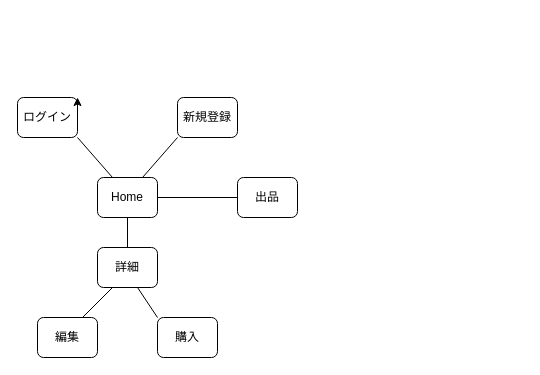
ariyawala/furima-32539 keeps this draw.io diagram as STD.drawio. Above is the earlier version. Source tidied: cells renumbered, new cells numbered last; positions are measured from the earlier drawing's top-left corner, leaving out a move shared by most shapes. Both pictures are drawn from the tidied source at 100%, with x=0, y=0 at pixel (17, 97).
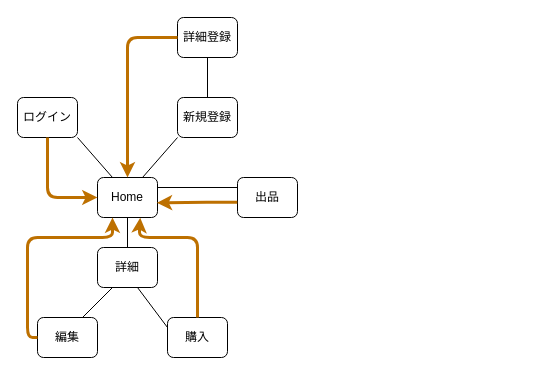
After the change.

Unchanged cells that the change refers to:
```xml
<mxCell id="2" value="Home" style="rounded=1;whiteSpace=wrap;html=1;align=center;" parent="1" vertex="1">
  <mxGeometry x="80" y="80" width="60" height="40" as="geometry" />
</mxCell>
<mxCell id="4" value="編集" style="rounded=1;whiteSpace=wrap;html=1;align=center;" parent="1" vertex="1">
  <mxGeometry x="20" y="220" width="60" height="40" as="geometry" />
</mxCell>
<mxCell id="5" value="出品" style="rounded=1;whiteSpace=wrap;html=1;align=center;" parent="1" vertex="1">
  <mxGeometry x="220" y="80" width="60" height="40" as="geometry" />
</mxCell>
<mxCell id="6" value="ログイン" style="rounded=1;whiteSpace=wrap;html=1;align=center;" parent="1" vertex="1">
  <mxGeometry width="60" height="40" as="geometry" />
</mxCell>
<mxCell id="7" value="新規登録" style="rounded=1;whiteSpace=wrap;html=1;align=center;" parent="1" vertex="1">
  <mxGeometry x="160" width="60" height="40" as="geometry" />
</mxCell>
<mxCell id="8" value="詳細" style="rounded=1;whiteSpace=wrap;html=1;align=center;" parent="1" vertex="1">
  <mxGeometry x="80" y="150" width="60" height="40" as="geometry" />
</mxCell>
```

The edit, as a diff of the source:
```diff
@@
     <mxCell id="9" value="購入" style="rounded=1;whiteSpace=wrap;html=1;align=center;" parent="1" vertex="1">
-      <mxGeometry x="140" y="220" width="60" height="40" as="geometry" />
+      <mxGeometry x="150" y="220" width="60" height="40" as="geometry" />
     </mxCell>
-    <mxCell id="10" style="edgeStyle=orthogonalEdgeStyle;rounded=0;orthogonalLoop=1;jettySize=auto;html=1;exitX=1;exitY=0.5;exitDx=0;exitDy=0;entryX=1;entryY=0;entryDx=0;entryDy=0;" parent="1" edge="1" source="6" target="6">
-      <mxGeometry relative="1" as="geometry" />
-    </mxCell>
@@
-    <mxCell id="13" style="endArrow=none;html=1;entryX=0;entryY=0.5;entryDx=0;entryDy=0;exitX=1;exitY=0.5;exitDx=0;exitDy=0;" parent="1" edge="1" source="2" target="5">
+    <mxCell id="13" style="endArrow=none;html=1;entryX=0;entryY=0.25;entryDx=0;entryDy=0;exitX=1;exitY=0.25;exitDx=0;exitDy=0;" parent="1" edge="1" source="2" target="5">
       <mxGeometry relative="1" as="geometry" />
     </mxCell>
@@
-    <mxCell id="16" style="endArrow=none;html=1;exitX=0.667;exitY=1;exitDx=0;exitDy=0;entryX=0;entryY=0;entryDx=0;entryDy=0;exitPerimeter=0;" parent="1" edge="1" source="8" target="9">
+    <mxCell id="16" style="endArrow=none;html=1;exitX=0.667;exitY=1;exitDx=0;exitDy=0;exitPerimeter=0;entryX=0;entryY=0.25;entryDx=0;entryDy=0;" parent="1" edge="1" source="8" target="9">
       <mxGeometry relative="1" as="geometry" />
     </mxCell>
+    <mxCell id="17" value="詳細登録" style="rounded=1;whiteSpace=wrap;html=1;align=center;" parent="1" vertex="1">
+      <mxGeometry x="160" y="-80" width="60" height="40" as="geometry" />
+    </mxCell>
+    <mxCell id="18" style="endArrow=none;html=1;entryX=0.5;entryY=1;entryDx=0;entryDy=0;exitX=0.5;exitY=0;exitDx=0;exitDy=0;" parent="1" edge="1" source="7" target="17">
+      <mxGeometry relative="1" as="geometry" />
+    </mxCell>
+    <mxCell id="19" style="edgeStyle=segmentEdgeStyle;endArrow=classic;html=1;entryX=0.5;entryY=0;entryDx=0;entryDy=0;exitX=0;exitY=0.5;exitDx=0;exitDy=0;strokeWidth=3;fillColor=#f0a30a;strokeColor=#BD7000;" parent="1" edge="1" source="17" target="2">
+      <mxGeometry relative="1" as="geometry">
+        <Array as="points">
+          <mxPoint x="110" y="-60" />
+        </Array>
+      </mxGeometry>
+    </mxCell>
+    <mxCell id="20" style="edgeStyle=segmentEdgeStyle;endArrow=classic;html=1;entryX=0;entryY=0.5;entryDx=0;entryDy=0;strokeWidth=3;fillColor=#f0a30a;strokeColor=#BD7000;exitX=0.5;exitY=1;exitDx=0;exitDy=0;" parent="1" edge="1" source="6" target="2">
+      <mxGeometry relative="1" as="geometry">
+        <Array as="points">
+          <mxPoint x="30" y="100" />
+        </Array>
+      </mxGeometry>
+    </mxCell>
+    <mxCell id="21" style="edgeStyle=segmentEdgeStyle;endArrow=classic;html=1;entryX=0.25;entryY=1;entryDx=0;entryDy=0;strokeWidth=3;fillColor=#f0a30a;strokeColor=#BD7000;exitX=0;exitY=0.5;exitDx=0;exitDy=0;" parent="1" edge="1" source="4" target="2">
+      <mxGeometry relative="1" as="geometry">
+        <Array as="points">
+          <mxPoint x="10" y="240" />
+          <mxPoint x="10" y="140" />
+          <mxPoint x="95" y="140" />
+        </Array>
+      </mxGeometry>
+    </mxCell>
+    <mxCell id="22" style="edgeStyle=segmentEdgeStyle;endArrow=classic;html=1;strokeWidth=3;fillColor=#f0a30a;strokeColor=#BD7000;exitX=0.5;exitY=0;exitDx=0;exitDy=0;entryX=0.712;entryY=1.003;entryDx=0;entryDy=0;entryPerimeter=0;" parent="1" edge="1" source="9" target="2">
+      <mxGeometry relative="1" as="geometry">
+        <Array as="points">
+          <mxPoint x="180" y="140" />
+          <mxPoint x="122" y="140" />
+          <mxPoint x="122" y="130" />
+          <mxPoint x="123" y="130" />
+        </Array>
+      </mxGeometry>
+    </mxCell>
+    <mxCell id="23" style="edgeStyle=segmentEdgeStyle;endArrow=classic;html=1;strokeWidth=3;fillColor=#f0a30a;strokeColor=#BD7000;entryX=0.989;entryY=0.633;entryDx=0;entryDy=0;entryPerimeter=0;exitX=-0.004;exitY=0.62;exitDx=0;exitDy=0;exitPerimeter=0;" parent="1" edge="1" source="5" target="2">
+      <mxGeometry relative="1" as="geometry">
+        <Array as="points">
+          <mxPoint x="179" y="105" />
+        </Array>
+      </mxGeometry>
+    </mxCell>
```
